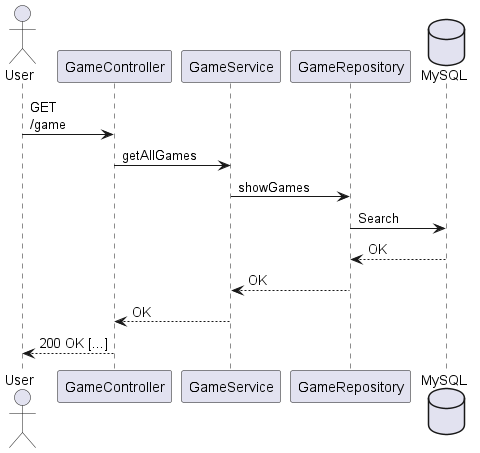
The PlantUML diagram modeling/SequenceDiagramGetAll.png in LucasSResende/Projeto_Pokemon, before a commit.
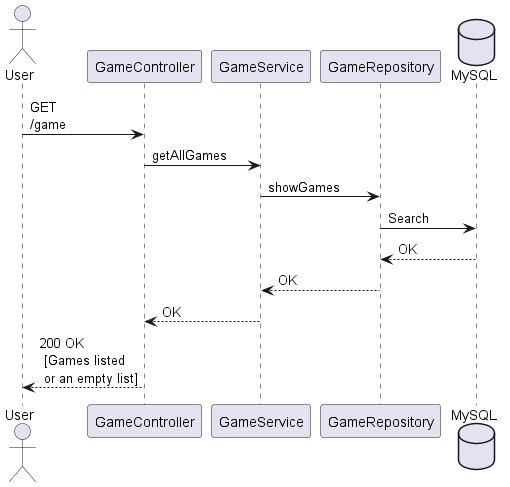
The same diagram one commit later.

Diff of the diagram source:
```diff
@@ -14,7 +14,7 @@
 GR <-- mysql: OK
 GS <-- GR: OK
 GC <-- GS: OK
-user <-- GC: 200 OK [...]
+user <-- GC: 200 OK \n [Games listed\n or an empty list]
 
 
 @enduml
```
